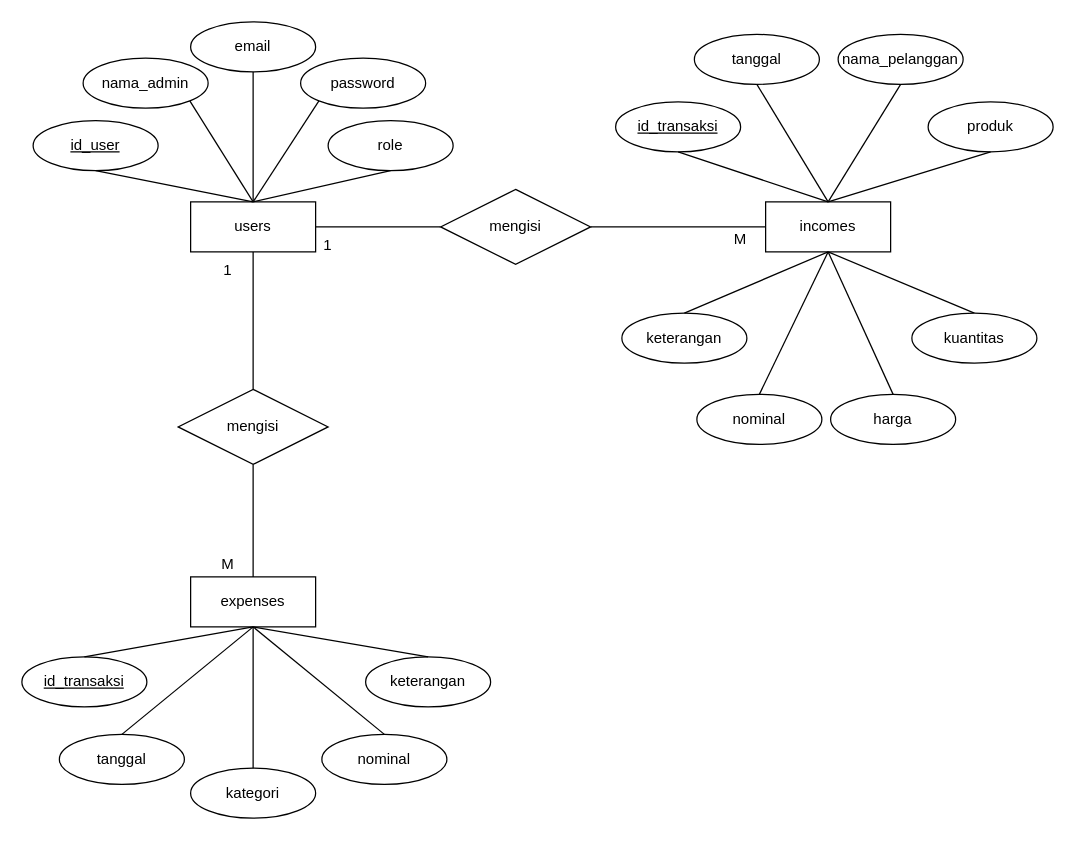
This is page "ERD" (1 of 2) of ERD Table.drawio from Joyce-Acia/PWL_Keuangan, a draw.io file, before an edit. Source tidied: cells renumbered, new cells numbered last; positions are measured from the earlier drawing's top-left corner, leaving out a move shared by most shapes. Both pictures are drawn from the tidied source at 125%, with x=0, y=0 at pixel (21, 21).
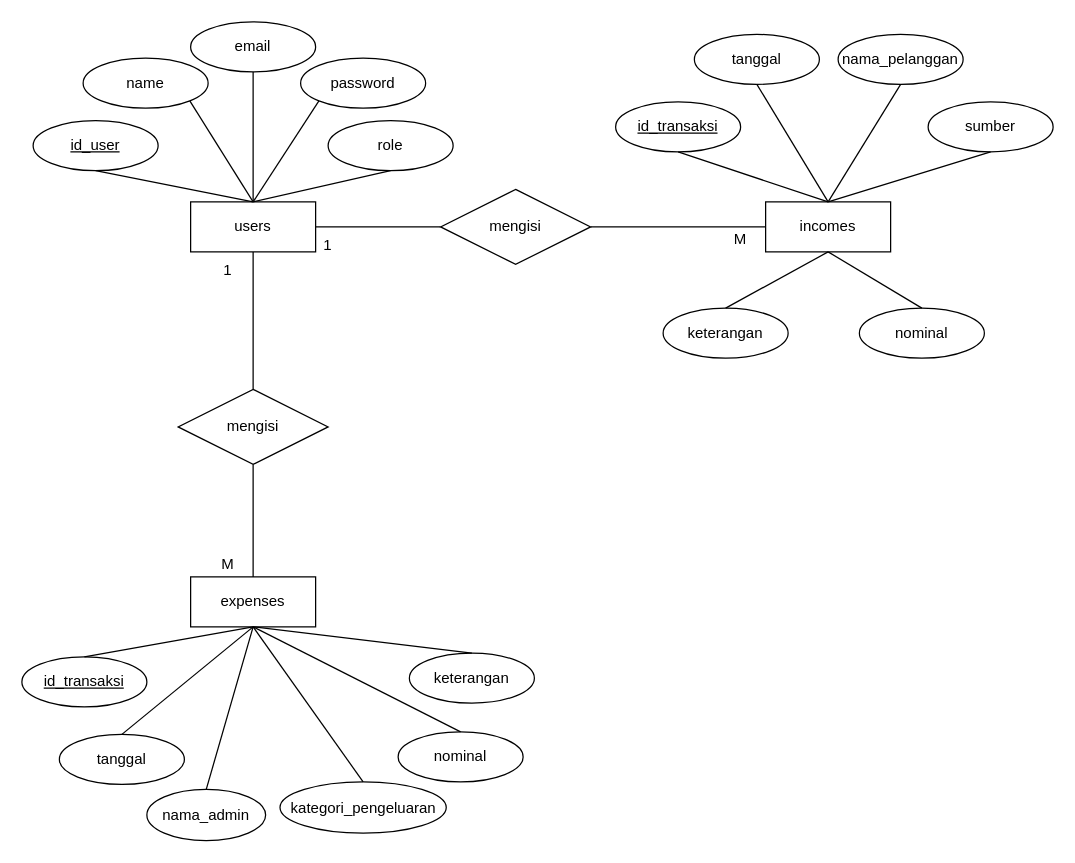
The same diagram, later.

The change refers to these unchanged cells:
```xml
<mxCell id="3" value="incomes" style="whiteSpace=wrap;html=1;align=center;" parent="1" vertex="1">
  <mxGeometry x="595" y="144" width="100" height="40" as="geometry" />
</mxCell>
<mxCell id="20" value="expenses" style="whiteSpace=wrap;html=1;align=center;" parent="1" vertex="1">
  <mxGeometry x="135" y="444" width="100" height="40" as="geometry" />
</mxCell>
```

The edit, as a diff of the source:
```diff
@@
     <mxCell id="12" value="nominal" style="ellipse;whiteSpace=wrap;html=1;align=center;" parent="1" vertex="1">
-      <mxGeometry x="540" y="298" width="100" height="40" as="geometry" />
+      <mxGeometry x="670" y="229" width="100" height="40" as="geometry" />
     </mxCell>
-    <mxCell id="13" value="produk" style="ellipse;whiteSpace=wrap;html=1;align=center;" parent="1" vertex="1">
+    <mxCell id="13" value="sumber" style="ellipse;whiteSpace=wrap;html=1;align=center;" parent="1" vertex="1">
       <mxGeometry x="725" y="64" width="100" height="40" as="geometry" />
     </mxCell>
-    <mxCell id="14" value="harga" style="ellipse;whiteSpace=wrap;html=1;align=center;" parent="1" vertex="1">
-      <mxGeometry x="647" y="298" width="100" height="40" as="geometry" />
-    </mxCell>
@@
-    <mxCell id="19" style="endArrow=none;html=1;rounded=0;fontSize=12;startSize=8;endSize=8;curved=1;exitX=0.5;exitY=0;exitDx=0;exitDy=0;entryX=0.5;entryY=1;entryDx=0;entryDy=0;" parent="1" edge="1" source="14" target="3">
-      <mxGeometry relative="1" as="geometry" />
-    </mxCell>
@@
     <mxCell id="23" value="nominal" style="ellipse;whiteSpace=wrap;html=1;align=center;" parent="1" vertex="1">
-      <mxGeometry x="240" y="570" width="100" height="40" as="geometry" />
+      <mxGeometry x="301" y="568" width="100" height="40" as="geometry" />
     </mxCell>
-    <mxCell id="24" value="kategori" style="ellipse;whiteSpace=wrap;html=1;align=center;" parent="1" vertex="1">
-      <mxGeometry x="135" y="597" width="100" height="40" as="geometry" />
+    <mxCell id="24" value="kategori_pengeluaran" style="ellipse;whiteSpace=wrap;html=1;align=center;" parent="1" vertex="1">
+      <mxGeometry x="206.5" y="608" width="133" height="41" as="geometry" />
     </mxCell>
     <mxCell id="25" value="keterangan" style="ellipse;whiteSpace=wrap;html=1;align=center;" parent="1" vertex="1">
-      <mxGeometry x="275" y="508" width="100" height="40" as="geometry" />
+      <mxGeometry x="310" y="505" width="100" height="40" as="geometry" />
     </mxCell>
@@
     <mxCell id="41" value="keterangan" style="ellipse;whiteSpace=wrap;html=1;align=center;" parent="1" vertex="1">
-      <mxGeometry x="480" y="233" width="100" height="40" as="geometry" />
+      <mxGeometry x="513" y="229" width="100" height="40" as="geometry" />
     </mxCell>
@@
-    <mxCell id="45" value="nama_admin" style="ellipse;whiteSpace=wrap;html=1;align=center;" parent="1" vertex="1">
+    <mxCell id="45" value="name" style="ellipse;whiteSpace=wrap;html=1;align=center;" parent="1" vertex="1">
       <mxGeometry x="49" y="29" width="100" height="40" as="geometry" />
     </mxCell>
@@
-    <mxCell id="49" style="endArrow=none;html=1;rounded=0;fontSize=12;startSize=8;endSize=8;curved=1;exitX=0.5;exitY=0;exitDx=0;exitDy=0;entryX=0.5;entryY=1;entryDx=0;entryDy=0;" parent="1" edge="1" source="50" target="3">
-      <mxGeometry relative="1" as="geometry" />
-    </mxCell>
-    <mxCell id="50" value="kuantitas" style="ellipse;whiteSpace=wrap;html=1;align=center;" parent="1" vertex="1">
-      <mxGeometry x="712" y="233" width="100" height="40" as="geometry" />
-    </mxCell>
+    <mxCell id="51" value="nama_admin" style="ellipse;whiteSpace=wrap;html=1;align=center;" parent="1" vertex="1">
+      <mxGeometry x="100" y="614" width="95" height="41" as="geometry" />
+    </mxCell>
+    <mxCell id="52" style="endArrow=none;html=1;rounded=0;fontSize=12;startSize=8;endSize=8;curved=1;exitX=0.5;exitY=0;exitDx=0;exitDy=0;entryX=0.5;entryY=1;entryDx=0;entryDy=0;" parent="1" edge="1" source="51" target="20">
+      <mxGeometry relative="1" as="geometry" />
+    </mxCell>
```
